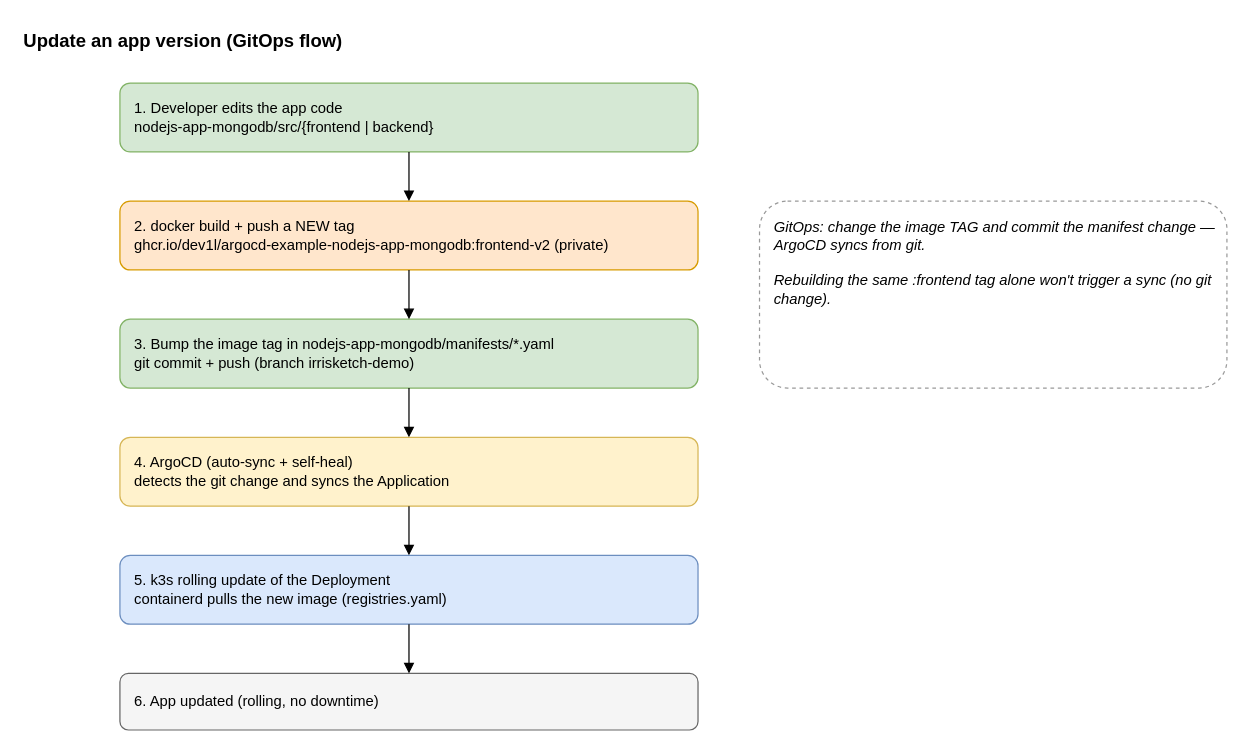
Earlier version of the draw.io diagram page "Update app version" (2 of 3) of k3s-standalone-argocd/k3s-standalone-argocd.drawio (DeV1L/durantic-tf-examples). Source tidied: cells renumbered, new cells numbered last; positions are measured from the earlier drawing's top-left corner, leaving out a move shared by most shapes. Both pictures are drawn from the tidied source at 123%, with x=0, y=0 at pixel (21, 21).
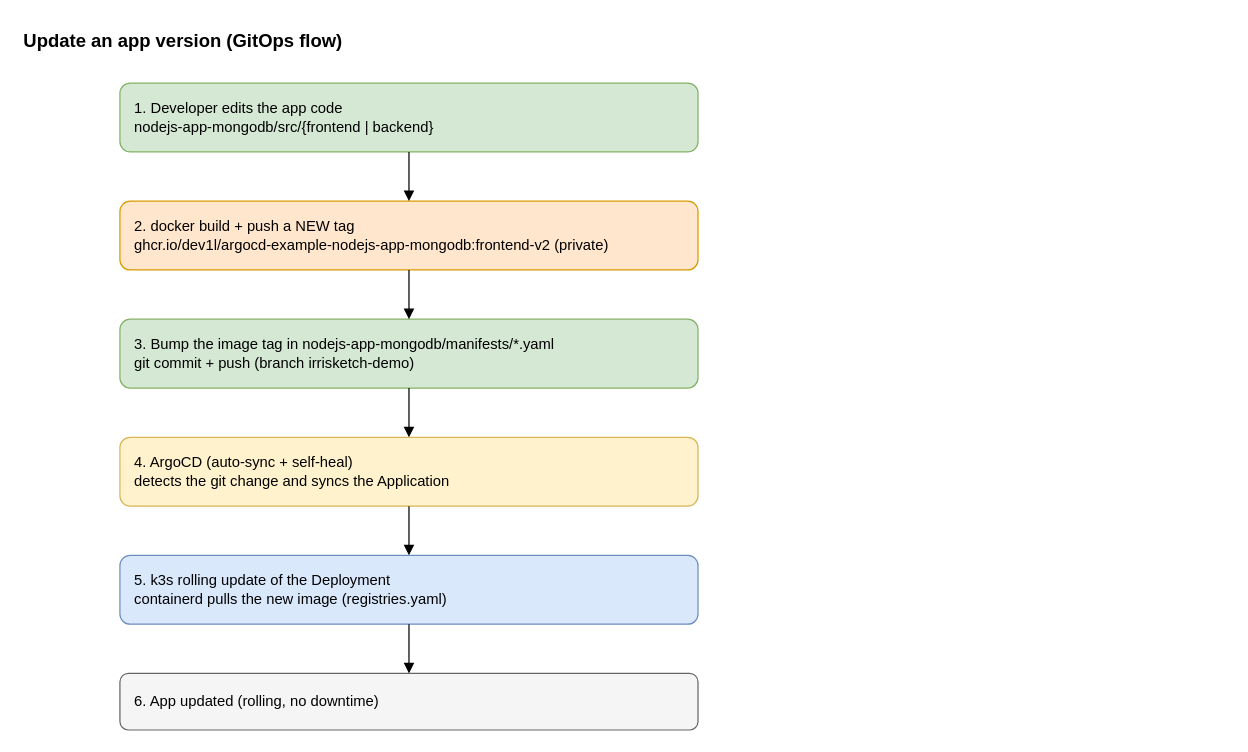
The same diagram, later.

Commit message (it also covers changes not shown here):
k3s-standalone-argocd: export diagram pages to PNG and embed in README

The edit, as a diff of the source:
```diff
@@
 <mxGraphModel>
   <root>
     <mxCell id="0" />
     <mxCell id="1" parent="0" />
     <mxCell id="2" value="Update an app version  (GitOps flow)" style="text;html=1;align=left;verticalAlign=middle;fontSize=15;fontStyle=1;" parent="1" vertex="1">
       <mxGeometry width="700" height="30" as="geometry" />
     </mxCell>
     <mxCell id="3" value="1. Developer edits the app code&#10;nodejs-app-mongodb/src/{frontend | backend}" style="rounded=1;whiteSpace=wrap;html=1;fillColor=#d5e8d4;strokeColor=#82b366;align=left;verticalAlign=middle;spacingLeft=10;" parent="1" vertex="1">
       <mxGeometry x="80" y="50" width="470" height="56" as="geometry" />
     </mxCell>
     <mxCell id="4" value="2. docker build + push a NEW tag&#10;ghcr.io/dev1l/argocd-example-nodejs-app-mongodb:frontend-v2  (private)" style="rounded=1;whiteSpace=wrap;html=1;fillColor=#ffe6cc;strokeColor=#d79b00;align=left;verticalAlign=middle;spacingLeft=10;" parent="1" vertex="1">
       <mxGeometry x="80" y="146" width="470" height="56" as="geometry" />
     </mxCell>
     <mxCell id="5" value="3. Bump the image tag in nodejs-app-mongodb/manifests/*.yaml&#10;git commit + push  (branch irrisketch-demo)" style="rounded=1;whiteSpace=wrap;html=1;fillColor=#d5e8d4;strokeColor=#82b366;align=left;verticalAlign=middle;spacingLeft=10;" parent="1" vertex="1">
       <mxGeometry x="80" y="242" width="470" height="56" as="geometry" />
     </mxCell>
     <mxCell id="6" value="4. ArgoCD (auto-sync + self-heal)&#10;detects the git change and syncs the Application" style="rounded=1;whiteSpace=wrap;html=1;fillColor=#fff2cc;strokeColor=#d6b656;align=left;verticalAlign=middle;spacingLeft=10;" parent="1" vertex="1">
       <mxGeometry x="80" y="338" width="470" height="56" as="geometry" />
     </mxCell>
     <mxCell id="7" value="5. k3s rolling update of the Deployment&#10;containerd pulls the new image  (registries.yaml)" style="rounded=1;whiteSpace=wrap;html=1;fillColor=#dae8fc;strokeColor=#6c8ebf;align=left;verticalAlign=middle;spacingLeft=10;" parent="1" vertex="1">
       <mxGeometry x="80" y="434" width="470" height="56" as="geometry" />
     </mxCell>
     <mxCell id="8" value="6. App updated  (rolling, no downtime)" style="rounded=1;whiteSpace=wrap;html=1;fillColor=#f5f5f5;strokeColor=#666666;align=left;verticalAlign=middle;spacingLeft=10;" parent="1" vertex="1">
       <mxGeometry x="80" y="530" width="470" height="46" as="geometry" />
     </mxCell>
-    <mxCell id="9" value="GitOps: change the image TAG and commit the manifest change — ArgoCD syncs from git.&#10;&#10;Rebuilding the same :frontend tag alone won't trigger a sync (no git change)." style="rounded=1;whiteSpace=wrap;html=1;dashed=1;fillColor=#ffffff;strokeColor=#999999;align=left;verticalAlign=top;spacingLeft=10;spacingTop=8;fontStyle=2;" parent="1" vertex="1">
-      <mxGeometry x="600" y="146" width="380" height="152" as="geometry" />
-    </mxCell>
     <mxCell id="10" style="endArrow=block;html=1;rounded=0;exitX=0.5;exitY=1;exitDx=0;exitDy=0;entryX=0.5;entryY=0;entryDx=0;entryDy=0;" parent="1" edge="1" source="3" target="4">
       <mxGeometry relative="1" as="geometry" />
     </mxCell>
     <mxCell id="11" style="endArrow=block;html=1;rounded=0;exitX=0.5;exitY=1;exitDx=0;exitDy=0;entryX=0.5;entryY=0;entryDx=0;entryDy=0;" parent="1" edge="1" source="4" target="5">
       <mxGeometry relative="1" as="geometry" />
     </mxCell>
     <mxCell id="12" style="endArrow=block;html=1;rounded=0;exitX=0.5;exitY=1;exitDx=0;exitDy=0;entryX=0.5;entryY=0;entryDx=0;entryDy=0;" parent="1" edge="1" source="5" target="6">
       <mxGeometry relative="1" as="geometry" />
     </mxCell>
     <mxCell id="13" style="endArrow=block;html=1;rounded=0;exitX=0.5;exitY=1;exitDx=0;exitDy=0;entryX=0.5;entryY=0;entryDx=0;entryDy=0;" parent="1" edge="1" source="6" target="7">
       <mxGeometry relative="1" as="geometry" />
     </mxCell>
     <mxCell id="14" style="endArrow=block;html=1;rounded=0;exitX=0.5;exitY=1;exitDx=0;exitDy=0;entryX=0.5;entryY=0;entryDx=0;entryDy=0;" parent="1" edge="1" source="7" target="8">
       <mxGeometry relative="1" as="geometry" />
     </mxCell>
   </root>
 </mxGraphModel>
```
